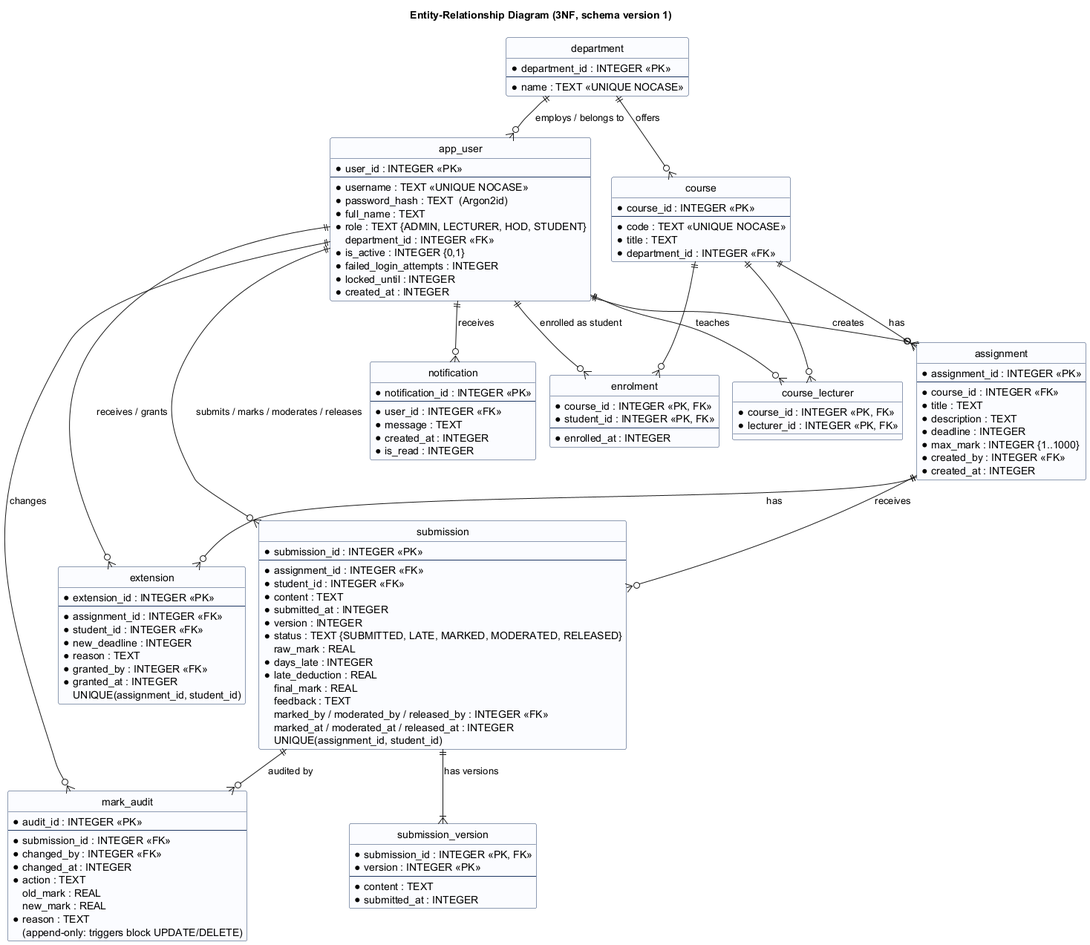
Before: docs/diagrams/rendered/erd.png, a diagram exported from PlantUML (victormonyekem02-sudo/Edu-Management-System). The source it was exported from:
```plantuml
@startuml erd
!pragma layout smetana
title Entity-Relationship Diagram (3NF, schema version 1)
hide circle
skinparam linetype ortho
skinparam class {
  BackgroundColor #FBFCFF
  BorderColor #1F3864
}

entity department {
  * department_id : INTEGER <<PK>>
  --
  * name : TEXT <<UNIQUE NOCASE>>
}

entity app_user {
  * user_id : INTEGER <<PK>>
  --
  * username : TEXT <<UNIQUE NOCASE>>
  * password_hash : TEXT  (Argon2id)
  * full_name : TEXT
  * role : TEXT {ADMIN, LECTURER, HOD, STUDENT}
  department_id : INTEGER <<FK>>
  * is_active : INTEGER {0,1}
  * failed_login_attempts : INTEGER
  * locked_until : INTEGER
  * created_at : INTEGER
}

entity course {
  * course_id : INTEGER <<PK>>
  --
  * code : TEXT <<UNIQUE NOCASE>>
  * title : TEXT
  * department_id : INTEGER <<FK>>
}

entity course_lecturer {
  * course_id : INTEGER <<PK, FK>>
  * lecturer_id : INTEGER <<PK, FK>>
}

entity enrolment {
  * course_id : INTEGER <<PK, FK>>
  * student_id : INTEGER <<PK, FK>>
  --
  * enrolled_at : INTEGER
}

entity assignment {
  * assignment_id : INTEGER <<PK>>
  --
  * course_id : INTEGER <<FK>>
  * title : TEXT
  * description : TEXT
  * deadline : INTEGER
  * max_mark : INTEGER {1..1000}
  * created_by : INTEGER <<FK>>
  * created_at : INTEGER
}

entity extension {
  * extension_id : INTEGER <<PK>>
  --
  * assignment_id : INTEGER <<FK>>
  * student_id : INTEGER <<FK>>
  * new_deadline : INTEGER
  * reason : TEXT
  * granted_by : INTEGER <<FK>>
  * granted_at : INTEGER
  UNIQUE(assignment_id, student_id)
}

entity submission {
  * submission_id : INTEGER <<PK>>
  --
  * assignment_id : INTEGER <<FK>>
  * student_id : INTEGER <<FK>>
  * content : TEXT
  * submitted_at : INTEGER
  * version : INTEGER
  * status : TEXT {SUBMITTED, LATE, MARKED, MODERATED, RELEASED}
  raw_mark : REAL
  * days_late : INTEGER
  * late_deduction : REAL
  final_mark : REAL
  feedback : TEXT
  marked_by / moderated_by / released_by : INTEGER <<FK>>
  marked_at / moderated_at / released_at : INTEGER
  UNIQUE(assignment_id, student_id)
}

entity submission_version {
  * submission_id : INTEGER <<PK, FK>>
  * version : INTEGER <<PK>>
  --
  * content : TEXT
  * submitted_at : INTEGER
}

entity mark_audit {
  * audit_id : INTEGER <<PK>>
  --
  * submission_id : INTEGER <<FK>>
  * changed_by : INTEGER <<FK>>
  * changed_at : INTEGER
  * action : TEXT
  old_mark : REAL
  new_mark : REAL
  * reason : TEXT
  (append-only: triggers block UPDATE/DELETE)
}

entity notification {
  * notification_id : INTEGER <<PK>>
  --
  * user_id : INTEGER <<FK>>
  * message : TEXT
  * created_at : INTEGER
  * is_read : INTEGER
}

department ||--o{ app_user : "employs / belongs to"
department ||--o{ course : offers
course ||--o{ course_lecturer
app_user ||--o{ course_lecturer : teaches
course ||--o{ enrolment
app_user ||--o{ enrolment : "enrolled as student"
course ||--o{ assignment : has
app_user ||--o{ assignment : creates
assignment ||--o{ extension : has
app_user ||--o{ extension : "receives / grants"
assignment ||--o{ submission : receives
app_user ||--o{ submission : "submits / marks / moderates / releases"
submission ||--|{ submission_version : "has versions"
submission ||--o{ mark_audit : "audited by"
app_user ||--o{ mark_audit : changes
app_user ||--o{ notification : receives
@enduml
```
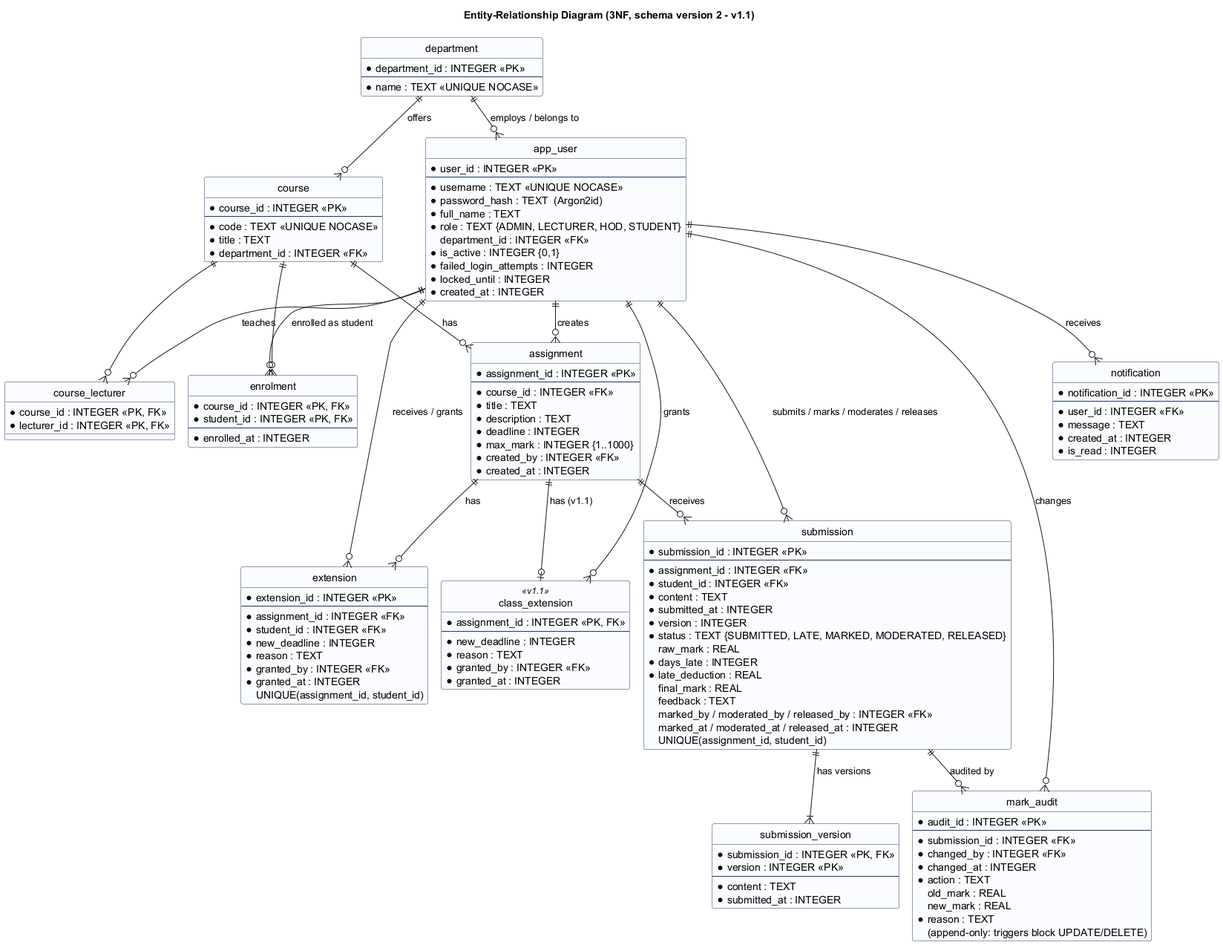
Above is the later version.

The edit, as a diff of the source:
```diff
@@ -1,6 +1,6 @@
 @startuml erd
 !pragma layout smetana
-title Entity-Relationship Diagram (3NF, schema version 1)
+title Entity-Relationship Diagram (3NF, schema version 2 - v1.1)
 hide circle
 skinparam linetype ortho
 skinparam class {
@@ -72,6 +72,15 @@
   UNIQUE(assignment_id, student_id)
 }
 
+entity class_extension <<v1.1>> {
+  * assignment_id : INTEGER <<PK, FK>>
+  --
+  * new_deadline : INTEGER
+  * reason : TEXT
+  * granted_by : INTEGER <<FK>>
+  * granted_at : INTEGER
+}
+
 entity submission {
   * submission_id : INTEGER <<PK>>
   --
@@ -130,6 +139,8 @@
 course ||--o{ assignment : has
 app_user ||--o{ assignment : creates
 assignment ||--o{ extension : has
+assignment ||--o| class_extension : "has (v1.1)"
+app_user ||--o{ class_extension : grants
 app_user ||--o{ extension : "receives / grants"
 assignment ||--o{ submission : receives
 app_user ||--o{ submission : "submits / marks / moderates / releases"
```
